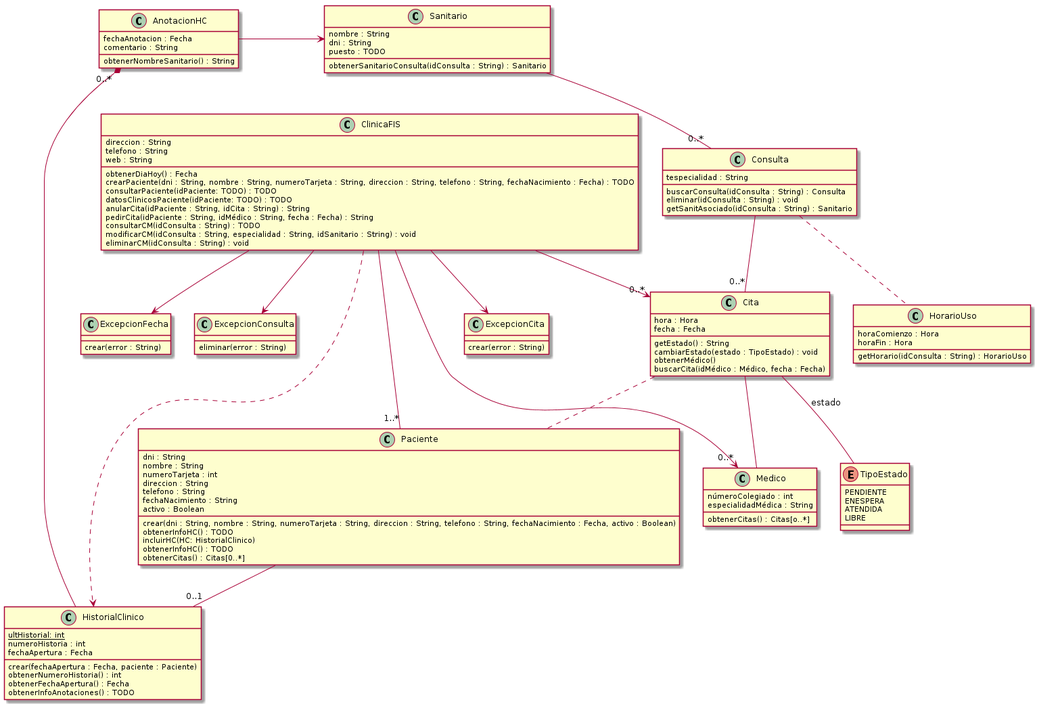
Earlier version of the PlantUML export p4/Diagramas/diagramaClases.png (jmml97/fis-practicas).
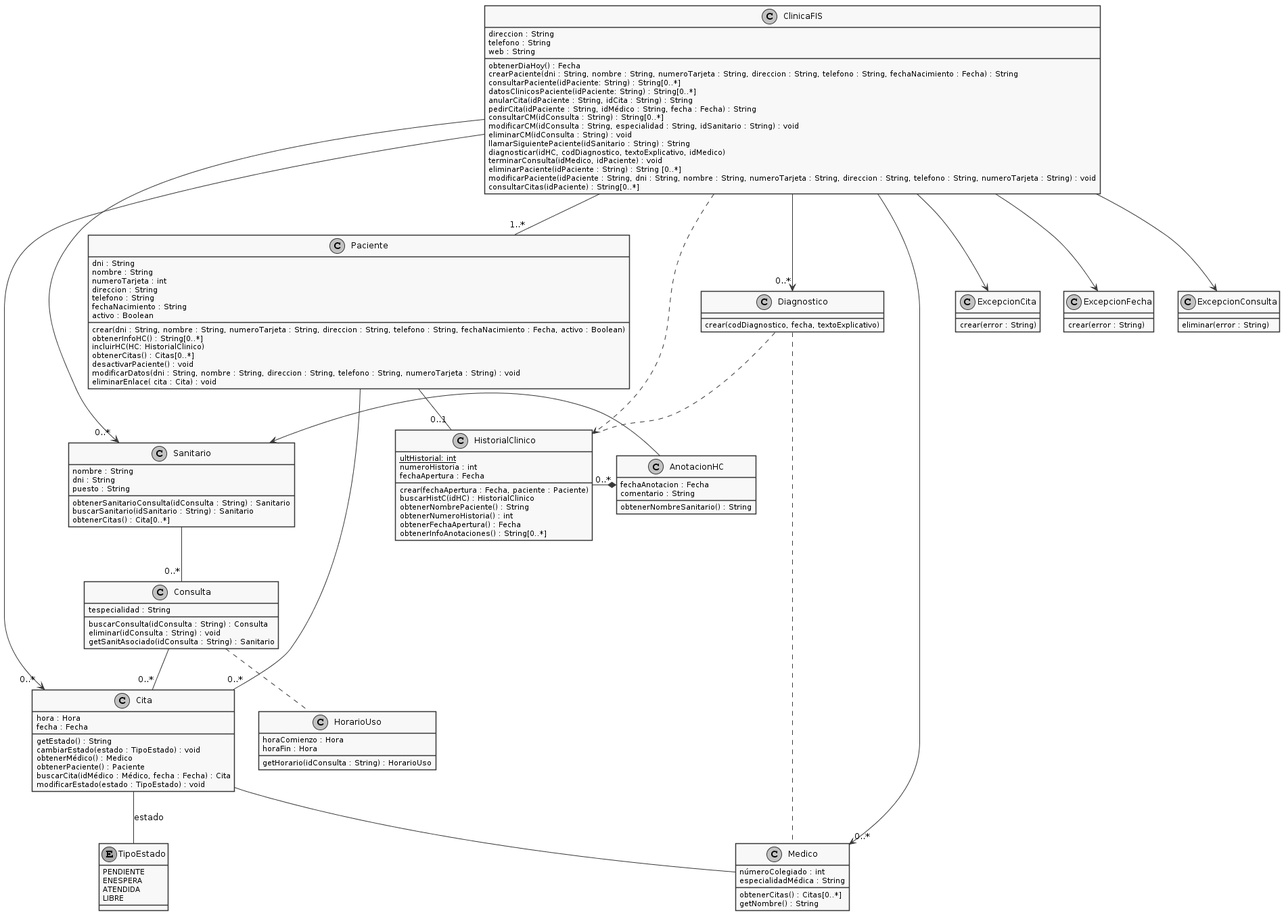
Above is the later version.

Commit message:
Cambios finales al diagrama de clases y añadidos diagramas de miguel a la memoria. Falta descomentar un par de lineas y añadir sus diagramas finales

Diff of the diagram source:
```diff
@@ -1,4 +1,9 @@
 @startuml
+skinparam shadowing false
+
+skinparam monochrome true
+
+skinparam packageStyle rectangle
 
 class ClinicaFIS {
  direccion : String
@@ -6,14 +11,20 @@
  web : String
 
  obtenerDiaHoy() : Fecha
- crearPaciente(dni : String, nombre : String, numeroTarjeta : String, direccion : String, telefono : String, fechaNacimiento : Fecha) : TODO
- consultarPaciente(idPaciente: TODO) : TODO
- datosClinicosPaciente(idPaciente: TODO) : TODO
+ crearPaciente(dni : String, nombre : String, numeroTarjeta : String, direccion : String, telefono : String, fechaNacimiento : Fecha) : String
+ consultarPaciente(idPaciente: String) : String[0..*]
+ datosClinicosPaciente(idPaciente: String) : String[0..*]
  anularCita(idPaciente : String, idCita : String) : String
  pedirCita(idPaciente : String, idMédico : String, fecha : Fecha) : String
- consultarCM(idConsulta : String) : TODO
+ consultarCM(idConsulta : String) : String[0..*]
  modificarCM(idConsulta : String, especialidad : String, idSanitario : String) : void
  eliminarCM(idConsulta : String) : void
+ llamarSiguientePaciente(idSanitario : String) : String
+ diagnosticar(idHC, codDiagnostico, textoExplicativo, idMedico)
+ terminarConsulta(idMedico, idPaciente) : void
+ eliminarPaciente(idPaciente : String) : String [0..*]
+ modificarPaciente(idPaciente : String, dni : String, nombre : String, numeroTarjeta : String, direccion : String, telefono : String, numeroTarjeta : String) : void
+ consultarCitas(idPaciente) : String[0..*]
 }
 
 class Paciente {
@@ -26,10 +37,12 @@
  activo : Boolean
 
  crear(dni : String, nombre : String, numeroTarjeta : String, direccion : String, telefono : String, fechaNacimiento : Fecha, activo : Boolean)
- obtenerInfoHC() : TODO
+ obtenerInfoHC() : String[0..*]
  incluirHC(HC: HistorialClinico)
- obtenerInfoHC() : TODO
  obtenerCitas() : Citas[0..*]
+ desactivarPaciente() : void
+ modificarDatos(dni : String, nombre : String, direccion : String, telefono : String, numeroTarjeta : String) : void
+ eliminarEnlace( cita : Cita) : void
 }
 
 class HistorialClinico {
@@ -38,24 +51,27 @@
  fechaApertura : Fecha
 
  crear(fechaApertura : Fecha, paciente : Paciente)
+ buscarHistC(idHC) : HistorialClinico
+ obtenerNombrePaciente() : String
  obtenerNumeroHistoria() : int
  obtenerFechaApertura() : Fecha
- obtenerInfoAnotaciones() : TODO
+ obtenerInfoAnotaciones() : String[0..*]
 }
 
 class AnotacionHC {
  fechaAnotacion : Fecha
  comentario : String
-
  obtenerNombreSanitario() : String
 }
 
 class Sanitario {
  nombre : String
  dni : String
- puesto : TODO
+ puesto : String
 
  obtenerSanitarioConsulta(idConsulta : String) : Sanitario
+ buscarSanitario(idSanitario : String) : Sanitario
+ obtenerCitas() : Cita[0..*]
 }
 
 class Consulta {
@@ -79,8 +95,10 @@
 
  getEstado() : String
  cambiarEstado(estado : TipoEstado) : void
- obtenerMédico()
- buscarCita(idMédico : Médico, fecha : Fecha)
+ obtenerMédico() : Medico
+ obtenerPaciente() : Paciente
+ buscarCita(idMédico : Médico, fecha : Fecha) : Cita
+ modificarEstado(estado : TipoEstado) : void
 
 }
 
@@ -107,7 +125,12 @@
  númeroColegiado : int
  especialidadMédica : String
 
- obtenerCitas() : Citas[o..*]
+ obtenerCitas() : Citas[0..*]
+ getNombre() : String
+}
+
+class Diagnostico {
+ crear(codDiagnostico, fecha, textoExplicativo)
 }
 
 ClinicaFIS -- "1..*" Paciente
@@ -117,14 +140,17 @@
 HistorialClinico -* "0..*" AnotacionHC
 Cita -- TipoEstado : "estado"
 ClinicaFIS --> "0..*" Cita
-Cita .. Paciente
+ClinicaFIS --> "0..*" Sanitario
 ClinicaFIS --> ExcepcionCita
 ClinicaFIS --> "0..*" Medico
+ClinicaFIS --> "0..*" Diagnostico
+Diagnostico .. HistorialClinico
+Diagnostico .. Medico
 ClinicaFIS --> ExcepcionFecha
 Cita -- Medico
 ClinicaFIS --> ExcepcionConsulta
 Sanitario -- "0..*" Consulta
 Consulta -- "0..*" Cita
 Consulta .. HorarioUso
-
+Paciente -- "0..*" Cita
 @enduml
```
